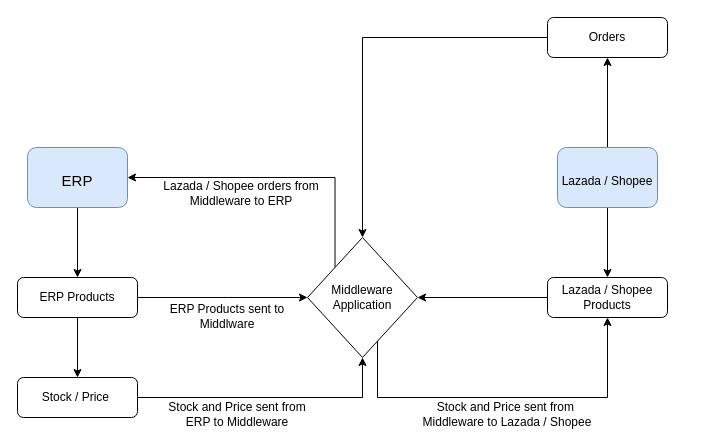
This is Lazada -  Shopee - ERP.drawio from dilipwk/apj, a draw.io file, before an edit. Source tidied: cells renumbered, new cells numbered last; positions are measured from the earlier drawing's top-left corner, leaving out a move shared by most shapes. Both pictures are drawn from the tidied source at 100%, with x=0, y=0 at pixel (17, 17).
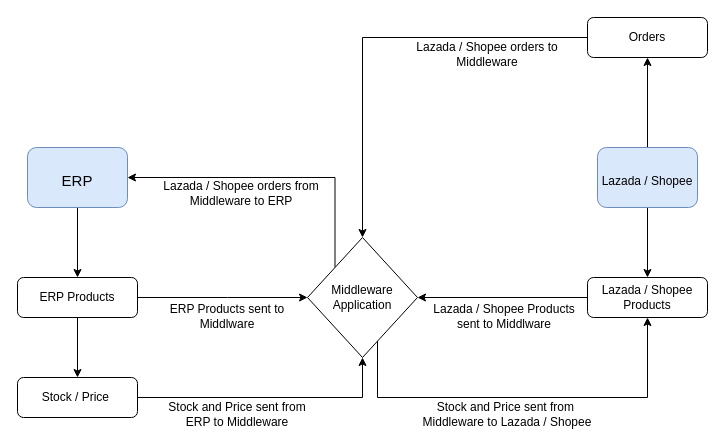
After the change.

Unchanged cells that the change refers to:
```xml
<mxCell id="9" value="Middleware Application" style="rhombus;whiteSpace=wrap;html=1;" parent="1" vertex="1">
  <mxGeometry x="290" y="220" width="110" height="120" as="geometry" />
</mxCell>
```

Diff of the diagram source:
```diff
@@
     <mxCell id="6" value="Lazada / Shopee&lt;br&gt;Products" style="rounded=1;whiteSpace=wrap;html=1;fontSize=12;glass=0;strokeWidth=1;shadow=0;" parent="1" vertex="1">
-      <mxGeometry x="530" y="260" width="120" height="40" as="geometry" />
+      <mxGeometry x="570" y="260" width="120" height="40" as="geometry" />
     </mxCell>
@@
     <mxCell id="8" style="edgeStyle=orthogonalEdgeStyle;rounded=0;jettySize=auto;html=1;exitX=1;exitY=1;exitDx=0;exitDy=0;entryX=0.5;entryY=1;entryDx=0;entryDy=0;" parent="1" edge="1" source="9" target="6">
       <mxGeometry relative="1" as="geometry">
         <Array as="points">
           <mxPoint x="360" y="310" />
           <mxPoint x="360" y="380" />
-          <mxPoint x="590" y="380" />
+          <mxPoint x="630" y="380" />
         </Array>
       </mxGeometry>
     </mxCell>
@@
     <mxCell id="14" value="&lt;p style=&quot;line-height: 100%;&quot;&gt;&lt;font style=&quot;font-size: 12px;&quot; color=&quot;#000000&quot;&gt;Lazada / Shopee&lt;/font&gt;&lt;/p&gt;" style="rounded=1;whiteSpace=wrap;html=1;strokeColor=#6c8ebf;fontFamily=Helvetica;fontSize=32;fontColor=default;fillColor=#dae8fc;" parent="1" vertex="1">
-      <mxGeometry x="540" y="130" width="100" height="60" as="geometry" />
+      <mxGeometry x="580" y="130" width="100" height="60" as="geometry" />
     </mxCell>
@@
     <mxCell id="18" value="Orders" style="rounded=1;whiteSpace=wrap;html=1;fontSize=12;glass=0;strokeWidth=1;shadow=0;" parent="1" vertex="1">
-      <mxGeometry x="530" width="120" height="40" as="geometry" />
+      <mxGeometry x="570" width="120" height="40" as="geometry" />
     </mxCell>
@@
+    <mxCell id="23" value="Lazada / Shopee Products sent to Middlware" style="text;html=1;strokeColor=none;fillColor=none;align=center;verticalAlign=middle;whiteSpace=wrap;rounded=0;" parent="1" vertex="1">
+      <mxGeometry x="407" y="284" width="160" height="30" as="geometry" />
+    </mxCell>
+    <mxCell id="24" value="Lazada / Shopee orders to Middleware" style="text;html=1;strokeColor=none;fillColor=none;align=center;verticalAlign=middle;whiteSpace=wrap;rounded=0;" parent="1" vertex="1">
+      <mxGeometry x="390" y="22" width="160" height="30" as="geometry" />
+    </mxCell>
```
